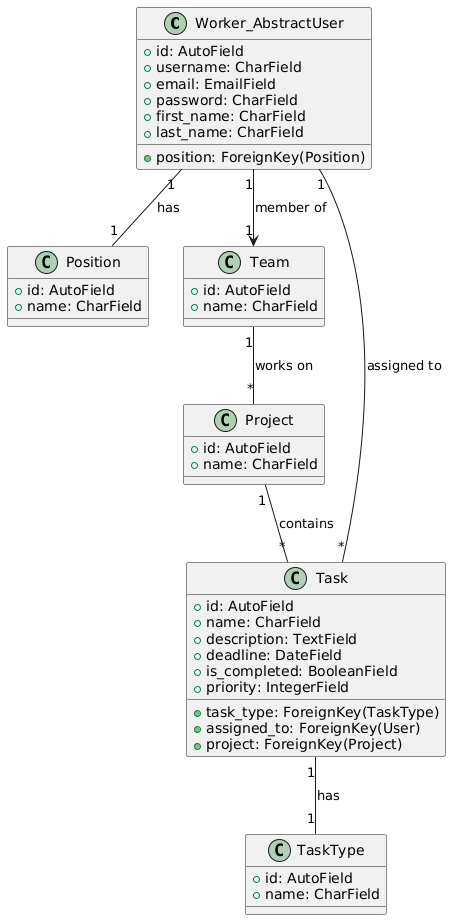
VolodymyrHavrylenko/IT-manager-pro keeps this PlantUML diagram as docs/models_diagram.png. Above is the earlier version. The source it was exported from:
```plantuml
@startuml
class Worker_AbstractUser {
    +id: AutoField
    +username: CharField
    +email: EmailField
    +password: CharField
    +first_name: CharField
    +last_name: CharField
    +position: ForeignKey(Position)
}

class Position {
    +id: AutoField
    +name: CharField
}

class Team {
    +id: AutoField
    +name: CharField
}

class Project {
    +id: AutoField
    +name: CharField
}

class Task {
    +id: AutoField
    +name: CharField
    +description: TextField
    +deadline: DateField
    +is_completed: BooleanField
    +priority: IntegerField
    +task_type: ForeignKey(TaskType)
    +assigned_to: ForeignKey(User)
    +project: ForeignKey(Project)
}

class TaskType {
    +id: AutoField
    +name: CharField
}

Worker_AbstractUser "1" --> "1" Team : member of
Team "1" -- "*" Project : works on
Project "1" -- "*" Task : contains
Worker_AbstractUser "1" -- "*" Task : assigned to
Task "1" -- "1" TaskType : has
Worker_AbstractUser "1" -- "1" Position : has
@enduml
```
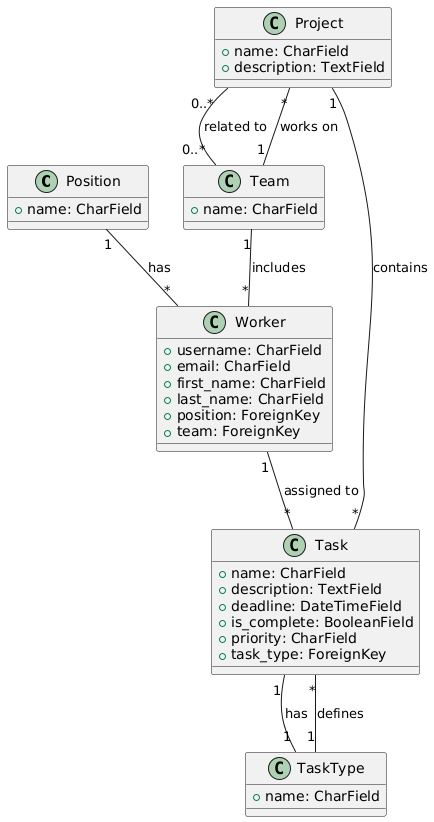
After the commit.

Commit message:
Add in settings Worker as Auth user model

What changed in the source:
```diff
@@ -1,50 +1,45 @@
 @startuml
-class Worker_AbstractUser {
-    +id: AutoField
-    +username: CharField
-    +email: EmailField
-    +password: CharField
-    +first_name: CharField
-    +last_name: CharField
-    +position: ForeignKey(Position)
-}
-
 class Position {
-    +id: AutoField
     +name: CharField
 }
 
 class Team {
-    +id: AutoField
     +name: CharField
 }
 
+class Worker {
+    +username: CharField
+    +email: CharField
+    +first_name: CharField
+    +last_name: CharField
+    +position: ForeignKey
+    +team: ForeignKey
+}
+
 class Project {
-    +id: AutoField
+    +name: CharField
+    +description: TextField
+}
+
+class TaskType {
     +name: CharField
 }
 
 class Task {
-    +id: AutoField
     +name: CharField
     +description: TextField
-    +deadline: DateField
-    +is_completed: BooleanField
-    +priority: IntegerField
-    +task_type: ForeignKey(TaskType)
-    +assigned_to: ForeignKey(User)
-    +project: ForeignKey(Project)
+    +deadline: DateTimeField
+    +is_complete: BooleanField
+    +priority: CharField
+    +task_type: ForeignKey
 }
 
-class TaskType {
-    +id: AutoField
-    +name: CharField
-}
-
-Worker_AbstractUser "1" --> "1" Team : member of
+Position "1" -- "*" Worker : has
+Team "1" -- "*" Worker : includes
 Team "1" -- "*" Project : works on
+TaskType "1" -- "*" Task : defines
+Worker "1" -- "*" Task : assigned to
+Project "0..*" -- "0..*" Team : related to
 Project "1" -- "*" Task : contains
-Worker_AbstractUser "1" -- "*" Task : assigned to
 Task "1" -- "1" TaskType : has
-Worker_AbstractUser "1" -- "1" Position : has
 @enduml
```
